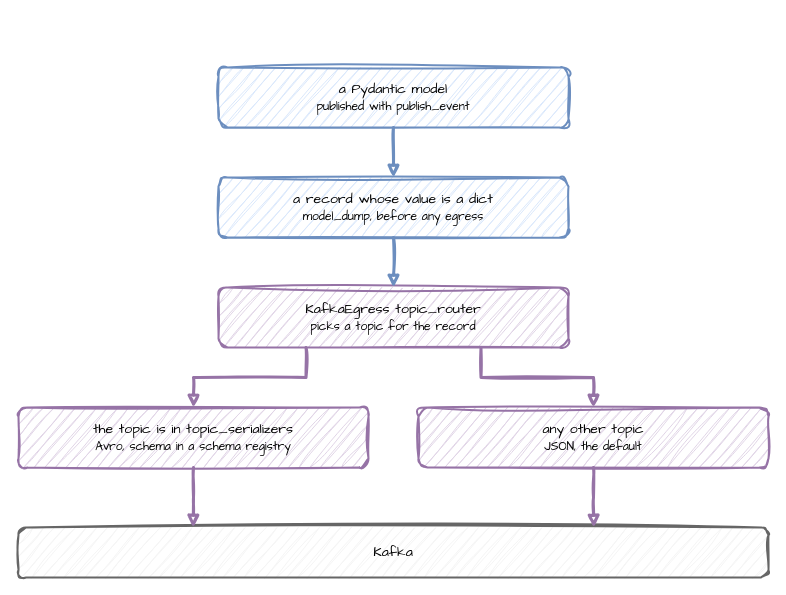
This is docs/assets/diagrams/serializer-routing.drawio from jaehyeon-kim/desflow, a draw.io file, before an edit. Source tidied: cells renumbered, new cells numbered last; positions are measured from the earlier drawing's top-left corner, leaving out a move shared by most shapes. Both pictures are drawn from the tidied source at 100%, with x=0, y=0 at pixel (18, 67).
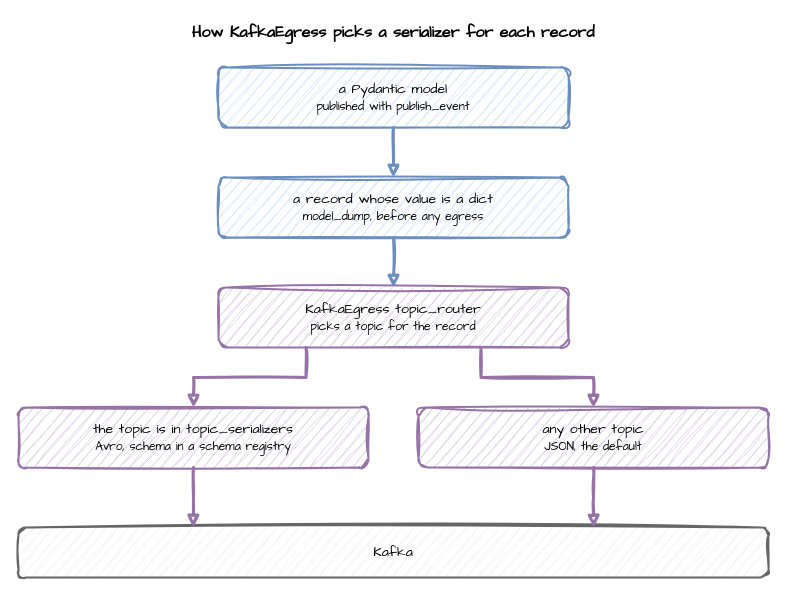
The same page after the edit.

What changed in the source:
```diff
@@
 <mxGraphModel>
   <root>
     <mxCell id="0" />
     <mxCell id="1" parent="0" />
+    <mxCell id="14" value="How KafkaEgress picks a serializer for each record" style="text;html=1;align=center;verticalAlign=middle;whiteSpace=wrap;fontFamily=Comic Sans MS;fontSize=16;fontStyle=1;" parent="1" vertex="1">
+      <mxGeometry y="-50" width="750" height="30" as="geometry" />
+    </mxCell>
     <mxCell id="2" value="a Pydantic model&lt;br&gt;&lt;font style='font-size:12px'&gt;published with publish_event&lt;/font&gt;" style="rounded=1;whiteSpace=wrap;html=1;sketch=1;curveFitting=1;jiggle=2;fontFamily=Comic Sans MS;fontSize=14;fillColor=#dae8fc;strokeColor=#6c8ebf;strokeWidth=2;" parent="1" vertex="1">
       <mxGeometry x="200" width="350" height="60" as="geometry" />
     </mxCell>
     <mxCell id="3" value="a record whose value is a dict&lt;br&gt;&lt;font style='font-size:12px'&gt;model_dump, before any egress&lt;/font&gt;" style="rounded=1;whiteSpace=wrap;html=1;sketch=1;curveFitting=1;jiggle=2;fontFamily=Comic Sans MS;fontSize=14;fillColor=#dae8fc;strokeColor=#6c8ebf;strokeWidth=2;" parent="1" vertex="1">
       <mxGeometry x="200" y="110" width="350" height="60" as="geometry" />
     </mxCell>
     <mxCell id="4" value="KafkaEgress topic_router&lt;br&gt;&lt;font style='font-size:12px'&gt;picks a topic for the record&lt;/font&gt;" style="rounded=1;whiteSpace=wrap;html=1;sketch=1;curveFitting=1;jiggle=2;fontFamily=Comic Sans MS;fontSize=14;fillColor=#e1d5e7;strokeColor=#9673a6;strokeWidth=2;" parent="1" vertex="1">
       <mxGeometry x="200" y="220" width="350" height="60" as="geometry" />
     </mxCell>
     <mxCell id="5" value="the topic is in topic_serializers&lt;br&gt;&lt;font style='font-size:12px'&gt;Avro, schema in a schema registry&lt;/font&gt;" style="rounded=1;whiteSpace=wrap;html=1;sketch=1;curveFitting=1;jiggle=2;fontFamily=Comic Sans MS;fontSize=14;fillColor=#e1d5e7;strokeColor=#9673a6;strokeWidth=2;" parent="1" vertex="1">
       <mxGeometry y="340" width="350" height="60" as="geometry" />
     </mxCell>
     <mxCell id="6" value="any other topic&lt;br&gt;&lt;font style='font-size:12px'&gt;JSON, the default&lt;/font&gt;" style="rounded=1;whiteSpace=wrap;html=1;sketch=1;curveFitting=1;jiggle=2;fontFamily=Comic Sans MS;fontSize=14;fillColor=#e1d5e7;strokeColor=#9673a6;strokeWidth=2;" parent="1" vertex="1">
       <mxGeometry x="400" y="340" width="350" height="60" as="geometry" />
     </mxCell>
     <mxCell id="7" value="Kafka" style="rounded=1;whiteSpace=wrap;html=1;sketch=1;curveFitting=1;jiggle=2;fontFamily=Comic Sans MS;fontSize=14;fillColor=#f5f5f5;strokeColor=#666666;strokeWidth=2;" parent="1" vertex="1">
       <mxGeometry y="460" width="750" height="50" as="geometry" />
     </mxCell>
     <mxCell id="8" style="edgeStyle=orthogonalEdgeStyle;rounded=0;sketch=1;html=1;strokeWidth=3;endArrow=block;strokeColor=#6c8ebf;fontFamily=Comic Sans MS;fontSize=13;labelBackgroundColor=#ffffff;exitX=0.5;exitY=1;exitDx=0;exitDy=0;entryX=0.5;entryY=0;entryDx=0;entryDy=0;" parent="1" edge="1" source="2" target="3">
       <mxGeometry relative="1" as="geometry" />
     </mxCell>
     <mxCell id="9" style="edgeStyle=orthogonalEdgeStyle;rounded=0;sketch=1;html=1;strokeWidth=3;endArrow=block;strokeColor=#6c8ebf;fontFamily=Comic Sans MS;fontSize=13;labelBackgroundColor=#ffffff;exitX=0.5;exitY=1;exitDx=0;exitDy=0;entryX=0.5;entryY=0;entryDx=0;entryDy=0;" parent="1" edge="1" source="3" target="4">
       <mxGeometry relative="1" as="geometry" />
     </mxCell>
     <mxCell id="10" style="edgeStyle=orthogonalEdgeStyle;rounded=0;sketch=1;html=1;strokeWidth=3;endArrow=block;strokeColor=#9673a6;fontFamily=Comic Sans MS;fontSize=13;labelBackgroundColor=#ffffff;exitX=0.25;exitY=1;exitDx=0;exitDy=0;entryX=0.5;entryY=0;entryDx=0;entryDy=0;" parent="1" edge="1" source="4" target="5">
       <mxGeometry relative="1" as="geometry" />
     </mxCell>
     <mxCell id="11" style="edgeStyle=orthogonalEdgeStyle;rounded=0;sketch=1;html=1;strokeWidth=3;endArrow=block;strokeColor=#9673a6;fontFamily=Comic Sans MS;fontSize=13;labelBackgroundColor=#ffffff;exitX=0.75;exitY=1;exitDx=0;exitDy=0;entryX=0.5;entryY=0;entryDx=0;entryDy=0;" parent="1" edge="1" source="4" target="6">
       <mxGeometry relative="1" as="geometry" />
     </mxCell>
     <mxCell id="12" style="edgeStyle=orthogonalEdgeStyle;rounded=0;sketch=1;html=1;strokeWidth=3;endArrow=block;strokeColor=#9673a6;fontFamily=Comic Sans MS;fontSize=13;labelBackgroundColor=#ffffff;exitX=0.5;exitY=1;exitDx=0;exitDy=0;entryX=0.233;entryY=0;entryDx=0;entryDy=0;" parent="1" edge="1" source="5" target="7">
       <mxGeometry relative="1" as="geometry" />
     </mxCell>
     <mxCell id="13" style="edgeStyle=orthogonalEdgeStyle;rounded=0;sketch=1;html=1;strokeWidth=3;endArrow=block;strokeColor=#9673a6;fontFamily=Comic Sans MS;fontSize=13;labelBackgroundColor=#ffffff;exitX=0.5;exitY=1;exitDx=0;exitDy=0;entryX=0.767;entryY=0;entryDx=0;entryDy=0;" parent="1" edge="1" source="6" target="7">
       <mxGeometry relative="1" as="geometry" />
     </mxCell>
   </root>
 </mxGraphModel>
```
